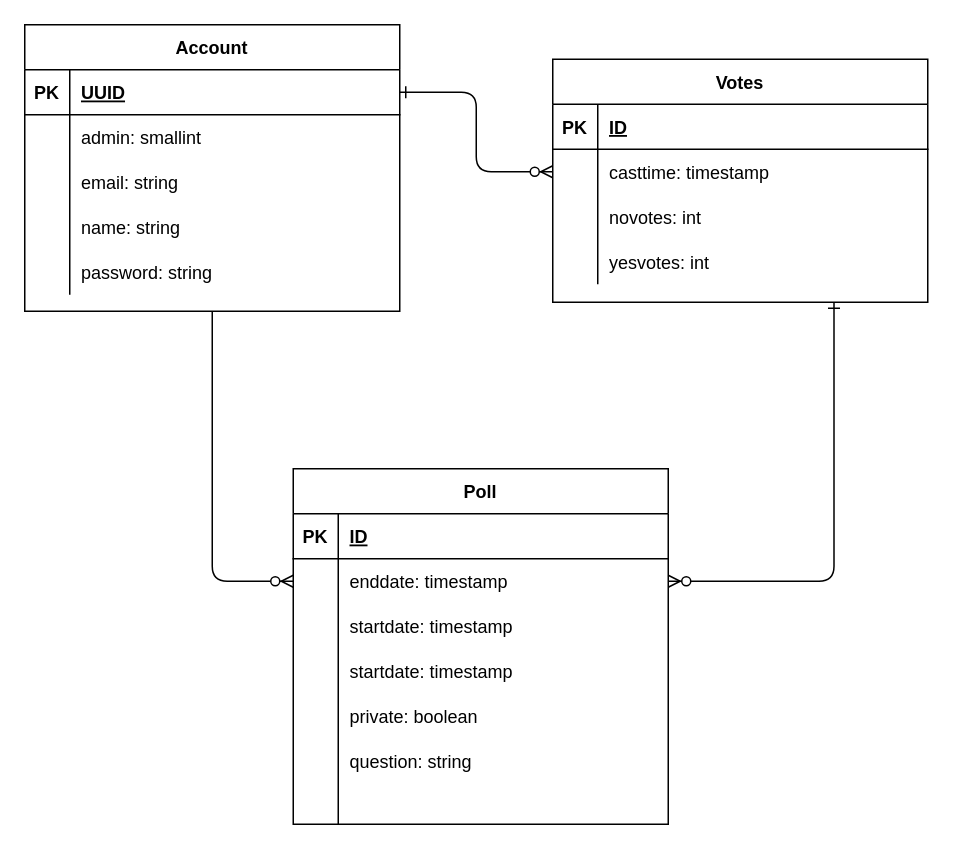
Before: domain_model.drawio in DAT250-Project-Groups-12-H2020/app-prototype, a draw.io diagram. Source tidied: cells renumbered, new cells numbered last; positions are measured from the earlier drawing's top-left corner, leaving out a move shared by most shapes. Both pictures are drawn from the tidied source at 150%, with x=0, y=0 at pixel (24, 24).
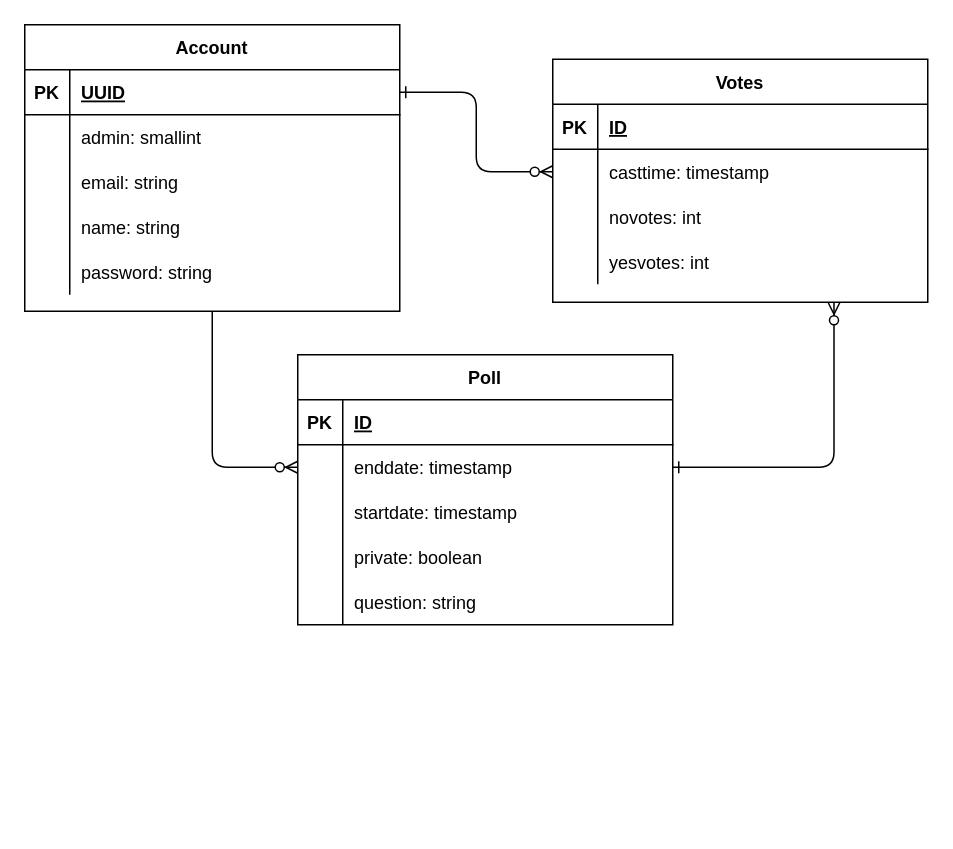
The same diagram, later.

The change refers to these unchanged cells:
```xml
<mxCell id="9" style="shape=partialRectangle;fillColor=none;points=[[0,0.5],[1,0.5]];portConstraint=eastwest;top=0;left=0;right=0;bottom=0;" parent="5" vertex="1">
  <mxGeometry y="60" width="250" height="30" as="geometry" />
</mxCell>
<mxCell id="27" value="Votes" style="shape=table;startSize=30;childLayout=tableLayout;rowLines=0;fontStyle=1;align=center;" parent="1" vertex="1">
  <mxGeometry x="352" y="23" width="250" height="162" as="geometry" />
</mxCell>
```

What changed in the source:
```diff
@@
-    <mxCell id="3" style="edgeStyle=orthogonalEdgeStyle;endArrow=ERzeroToMany;startArrow=ERone;endFill=1;startFill=0;exitX=0.75;exitY=1;exitDx=0;exitDy=0;" parent="1" edge="1" source="27" target="9">
+    <mxCell id="3" style="edgeStyle=orthogonalEdgeStyle;endArrow=ERzeroToMany;startArrow=ERone;endFill=1;startFill=0;exitX=1;exitY=0.5;exitDx=0;exitDy=0;entryX=0.75;entryY=1;entryDx=0;entryDy=0;" parent="1" edge="1" source="9" target="27">
       <mxGeometry relative="1" as="geometry" />
     </mxCell>
@@
     <mxCell id="5" value="Poll" style="shape=table;startSize=30;childLayout=tableLayout;rowLines=0;fontStyle=1;align=center;" parent="1" vertex="1">
-      <mxGeometry x="179" y="296" width="250" height="237" as="geometry" />
+      <mxGeometry x="182" y="220" width="250" height="180" as="geometry" />
     </mxCell>
@@
-    <mxCell id="12" style="shape=partialRectangle;fillColor=none;top=0;left=0;right=0;bottom=0;" parent="5" vertex="1">
-      <mxGeometry y="90" width="250" height="30" as="geometry" />
-    </mxCell>
-    <mxCell id="13" style="shape=partialRectangle;overflow=hidden;fillColor=none;top=0;left=0;bottom=0;right=0;" parent="12" vertex="1">
-      <mxGeometry width="30" height="30" as="geometry" />
-    </mxCell>
-    <mxCell id="14" value="startdate: timestamp" style="shape=partialRectangle;overflow=hidden;fillColor=none;top=0;left=0;bottom=0;right=0;align=left;spacingLeft=6;" parent="12" vertex="1">
-      <mxGeometry x="30" width="220" height="30" as="geometry" />
-    </mxCell>
     <mxCell id="15" style="shape=partialRectangle;fillColor=none;top=0;left=0;right=0;bottom=0;" parent="5" vertex="1">
-      <mxGeometry y="120" width="250" height="30" as="geometry" />
+      <mxGeometry y="90" width="250" height="30" as="geometry" />
     </mxCell>
@@
     <mxCell id="18" style="shape=partialRectangle;fillColor=none;top=0;left=0;right=0;bottom=0;" parent="5" vertex="1">
-      <mxGeometry y="150" width="250" height="30" as="geometry" />
+      <mxGeometry y="120" width="250" height="30" as="geometry" />
     </mxCell>
@@
     <mxCell id="21" style="shape=partialRectangle;fillColor=none;top=0;left=0;right=0;bottom=0;" parent="5" vertex="1">
-      <mxGeometry y="180" width="250" height="30" as="geometry" />
+      <mxGeometry y="150" width="250" height="30" as="geometry" />
     </mxCell>
@@
-    <mxCell id="24" style="shape=partialRectangle;fillColor=none;top=0;left=0;right=0;bottom=0;" parent="5" vertex="1">
-      <mxGeometry y="210" width="250" height="27" as="geometry" />
-    </mxCell>
-    <mxCell id="25" style="shape=partialRectangle;overflow=hidden;fillColor=none;top=0;left=0;bottom=0;right=0;" parent="24" vertex="1">
-      <mxGeometry width="30" height="27" as="geometry" />
-    </mxCell>
-    <mxCell id="26" style="shape=partialRectangle;overflow=hidden;fillColor=none;top=0;left=0;bottom=0;right=0;align=left;spacingLeft=6;" parent="24" vertex="1">
-      <mxGeometry x="30" width="220" height="27" as="geometry" />
-    </mxCell>
```
